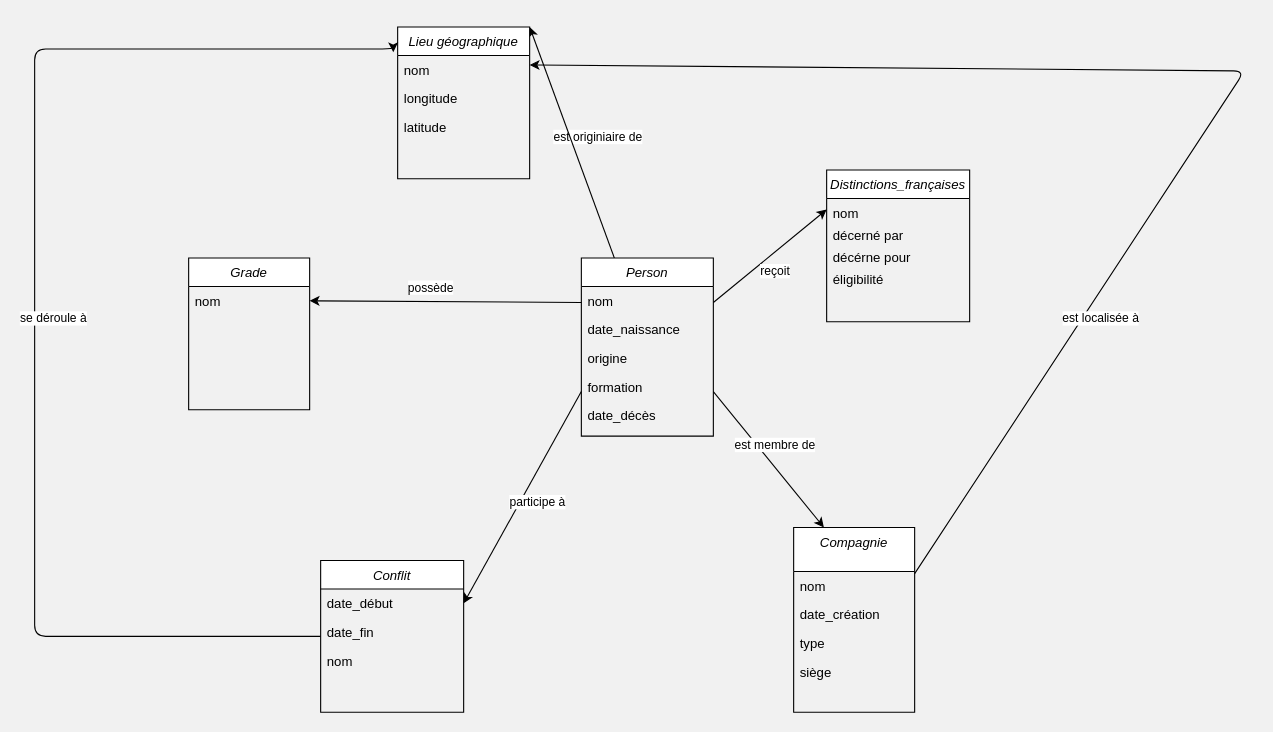
The draw.io diagram document.drawio in Kiwivitamine/aviateurs, before the edit. Source tidied: cells renumbered, new cells numbered last; positions are measured from the earlier drawing's top-left corner, leaving out a move shared by most shapes. Both pictures are drawn from the tidied source at 110%, with x=0, y=0 at pixel (34, 26).
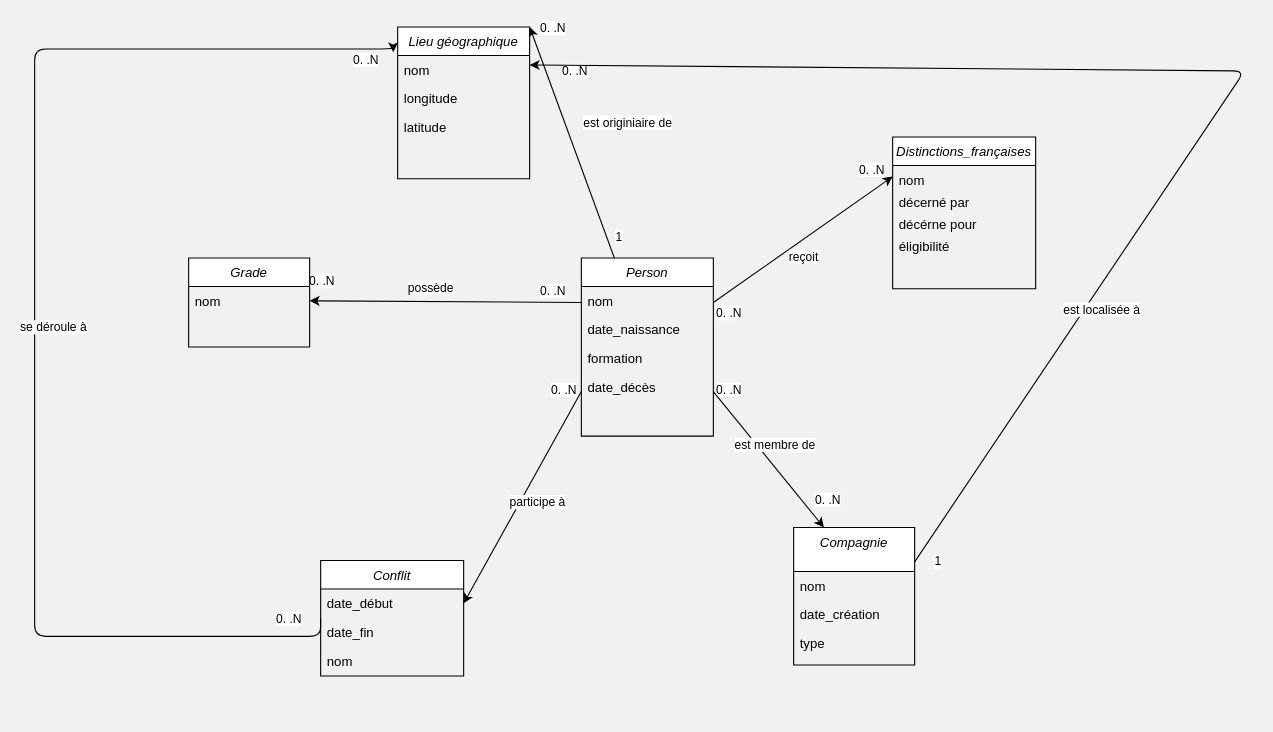
The same diagram, later.

Commit message (it also covers changes not shown here):
model au propre

Unchanged cells that the change refers to:
```xml
<mxCell id="2" style="edgeStyle=none;html=1;exitX=0;exitY=0.25;exitDx=0;exitDy=0;entryX=1;entryY=0.5;entryDx=0;entryDy=0;" parent="1" edge="1" source="12" target="19">
  <mxGeometry relative="1" as="geometry" />
</mxCell>
<mxCell id="12" value="Person" style="swimlane;fontStyle=2;align=center;verticalAlign=top;horizontal=1;startSize=26;rounded=0;shadow=0;strokeWidth=1;" parent="1" vertex="1">
  <mxGeometry x="497" y="210" width="120" height="162" as="geometry" />
</mxCell>
```

Diff of the diagram source:
```diff
@@
+    <mxCell id="45" value="0. .N" style="edgeLabel;html=1;align=center;verticalAlign=middle;inheritText=1;" parent="2" vertex="1">
+      <mxGeometry x="0.19" relative="1" as="geometry">
+        <mxPoint x="120" y="-10" as="offset" />
+      </mxGeometry>
+    </mxCell>
+    <mxCell id="46" value="0. .N" style="edgeLabel;html=1;align=center;verticalAlign=middle;inheritText=1;" parent="2" vertex="1">
+      <mxGeometry x="-0.7" relative="1" as="geometry">
+        <mxPoint x="-200" y="-20" as="offset" />
+      </mxGeometry>
+    </mxCell>
+    <mxCell id="47" value="0. .N" style="edgeLabel;html=1;align=center;verticalAlign=middle;inheritText=1;" parent="2" vertex="1">
+      <mxGeometry x="0.19" relative="1" as="geometry">
+        <mxPoint x="280" y="80" as="offset" />
+      </mxGeometry>
+    </mxCell>
+    <mxCell id="48" value="0. .N" style="edgeLabel;html=1;align=center;verticalAlign=middle;inheritText=1;" parent="2" vertex="1">
+      <mxGeometry x="0.19" relative="1" as="geometry">
+        <mxPoint x="370" y="180" as="offset" />
+      </mxGeometry>
+    </mxCell>
+    <mxCell id="49" value="0. .N" style="edgeLabel;html=1;align=center;verticalAlign=middle;inheritText=1;" parent="2" vertex="1">
+      <mxGeometry x="0.19" relative="1" as="geometry">
+        <mxPoint x="130" y="80" as="offset" />
+      </mxGeometry>
+    </mxCell>
+    <mxCell id="50" value="0. .N" style="edgeLabel;html=1;align=center;verticalAlign=middle;inheritText=1;" parent="2" vertex="1">
+      <mxGeometry x="0.19" relative="1" as="geometry">
+        <mxPoint x="280" y="10" as="offset" />
+      </mxGeometry>
+    </mxCell>
+    <mxCell id="51" value="0. .N" style="edgeLabel;html=1;align=center;verticalAlign=middle;inheritText=1;" parent="2" vertex="1">
+      <mxGeometry x="0.19" relative="1" as="geometry">
+        <mxPoint x="410" y="-120" as="offset" />
+      </mxGeometry>
+    </mxCell>
+    <mxCell id="52" value="1" style="edgeLabel;html=1;align=center;verticalAlign=middle;inheritText=1;" parent="2" vertex="1">
+      <mxGeometry x="-0.7" relative="1" as="geometry">
+        <mxPoint x="70" y="-60" as="offset" />
+      </mxGeometry>
+    </mxCell>
+    <mxCell id="53" value="0. .N" style="edgeLabel;html=1;align=center;verticalAlign=middle;inheritText=1;" parent="2" vertex="1">
+      <mxGeometry x="-0.7" relative="1" as="geometry">
+        <mxPoint x="10" y="-250" as="offset" />
+      </mxGeometry>
+    </mxCell>
+    <mxCell id="54" value="1" style="edgeLabel;html=1;align=center;verticalAlign=middle;inheritText=1;" parent="2" vertex="1">
+      <mxGeometry x="-0.7" relative="1" as="geometry">
+        <mxPoint x="360" y="235" as="offset" />
+      </mxGeometry>
+    </mxCell>
+    <mxCell id="55" value="0. .N" style="edgeLabel;html=1;align=center;verticalAlign=middle;inheritText=1;" parent="2" vertex="1">
+      <mxGeometry x="0.19" relative="1" as="geometry">
+        <mxPoint x="140" y="-210" as="offset" />
+      </mxGeometry>
+    </mxCell>
+    <mxCell id="56" value="0. .N" style="edgeLabel;html=1;align=center;verticalAlign=middle;inheritText=1;" parent="2" vertex="1">
+      <mxGeometry x="0.19" relative="1" as="geometry">
+        <mxPoint x="-50" y="-220" as="offset" />
+      </mxGeometry>
+    </mxCell>
+    <mxCell id="57" value="0. .N" style="edgeLabel;html=1;align=center;verticalAlign=middle;inheritText=1;" parent="2" vertex="1">
+      <mxGeometry x="0.19" relative="1" as="geometry">
+        <mxPoint x="-120" y="288" as="offset" />
+      </mxGeometry>
+    </mxCell>
@@
-    <mxCell id="15" value="origine" style="text;align=left;verticalAlign=top;spacingLeft=4;spacingRight=4;overflow=hidden;rounded=0;shadow=0;html=0;" parent="12" vertex="1">
-      <mxGeometry y="78" width="120" height="26" as="geometry" />
-    </mxCell>
     <mxCell id="16" value="formation" style="text;align=left;verticalAlign=top;spacingLeft=4;spacingRight=4;overflow=hidden;rounded=0;shadow=0;html=0;" parent="12" vertex="1">
-      <mxGeometry y="104" width="120" height="26" as="geometry" />
+      <mxGeometry y="78" width="120" height="26" as="geometry" />
     </mxCell>
     <mxCell id="17" value="date_décès" style="text;align=left;verticalAlign=top;spacingLeft=4;spacingRight=4;overflow=hidden;rounded=0;shadow=0;html=0;" parent="12" vertex="1">
-      <mxGeometry y="130" width="120" height="26" as="geometry" />
+      <mxGeometry y="104" width="120" height="26" as="geometry" />
     </mxCell>
     <mxCell id="18" value="Grade" style="swimlane;fontStyle=2;align=center;verticalAlign=top;horizontal=1;startSize=26;rounded=0;shadow=0;strokeWidth=1;" parent="1" vertex="1">
-      <mxGeometry x="140" y="210" width="110" height="138" as="geometry" />
+      <mxGeometry x="140" y="210" width="110" height="81" as="geometry" />
     </mxCell>
@@
     <mxCell id="27" value="Compagnie" style="swimlane;fontStyle=2;align=center;verticalAlign=top;horizontal=1;startSize=40;rounded=0;shadow=0;strokeWidth=1;" parent="1" vertex="1">
-      <mxGeometry x="690" y="455" width="110" height="168" as="geometry" />
+      <mxGeometry x="690" y="455" width="110" height="125" as="geometry" />
     </mxCell>
@@
-    <mxCell id="31" value="siège" style="text;align=left;verticalAlign=top;spacingLeft=4;spacingRight=4;overflow=hidden;rounded=0;shadow=0;html=0;" parent="27" vertex="1">
-      <mxGeometry y="118" width="110" height="26" as="geometry" />
-    </mxCell>
@@
     <mxCell id="34" value="Conflit" style="swimlane;fontStyle=2;align=center;verticalAlign=top;horizontal=1;startSize=26;rounded=0;shadow=0;strokeWidth=1;" parent="1" vertex="1">
-      <mxGeometry x="260" y="485" width="130" height="138" as="geometry" />
+      <mxGeometry x="260" y="485" width="130" height="105" as="geometry" />
     </mxCell>
@@
     <mxCell id="39" value="Distinctions_françaises" style="swimlane;fontStyle=2;align=center;verticalAlign=top;horizontal=1;startSize=26;rounded=0;shadow=0;strokeWidth=1;" parent="1" vertex="1">
-      <mxGeometry x="720" y="130" width="130" height="138" as="geometry" />
+      <mxGeometry x="780" y="100" width="130" height="138" as="geometry" />
     </mxCell>
```
